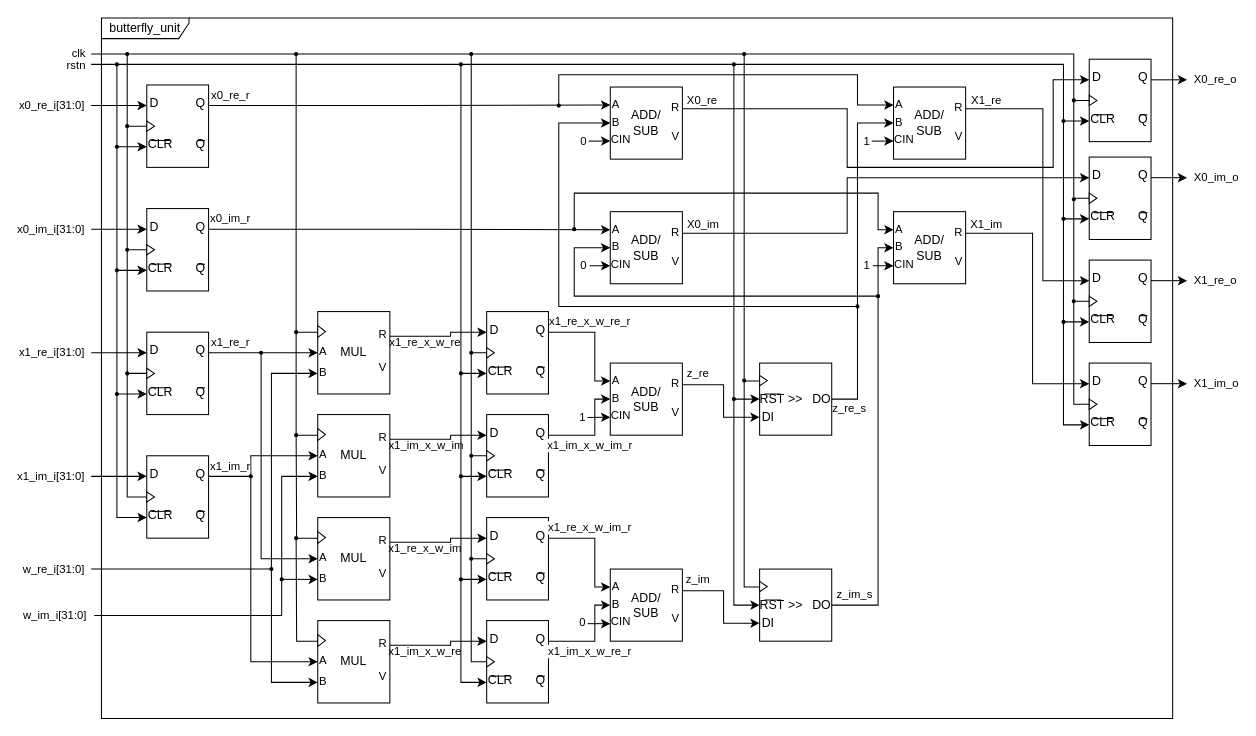
Before: 01_doc/03_drawings/01_design/fft/butterfly_unit.drawio in Diogofernandes5/mthesis, a draw.io diagram. Source tidied: cells renumbered, new cells numbered last; positions are measured from the earlier drawing's top-left corner, leaving out a move shared by most shapes. Both pictures are drawn from the tidied source at 103%, with x=0, y=0 at pixel (91, 18).
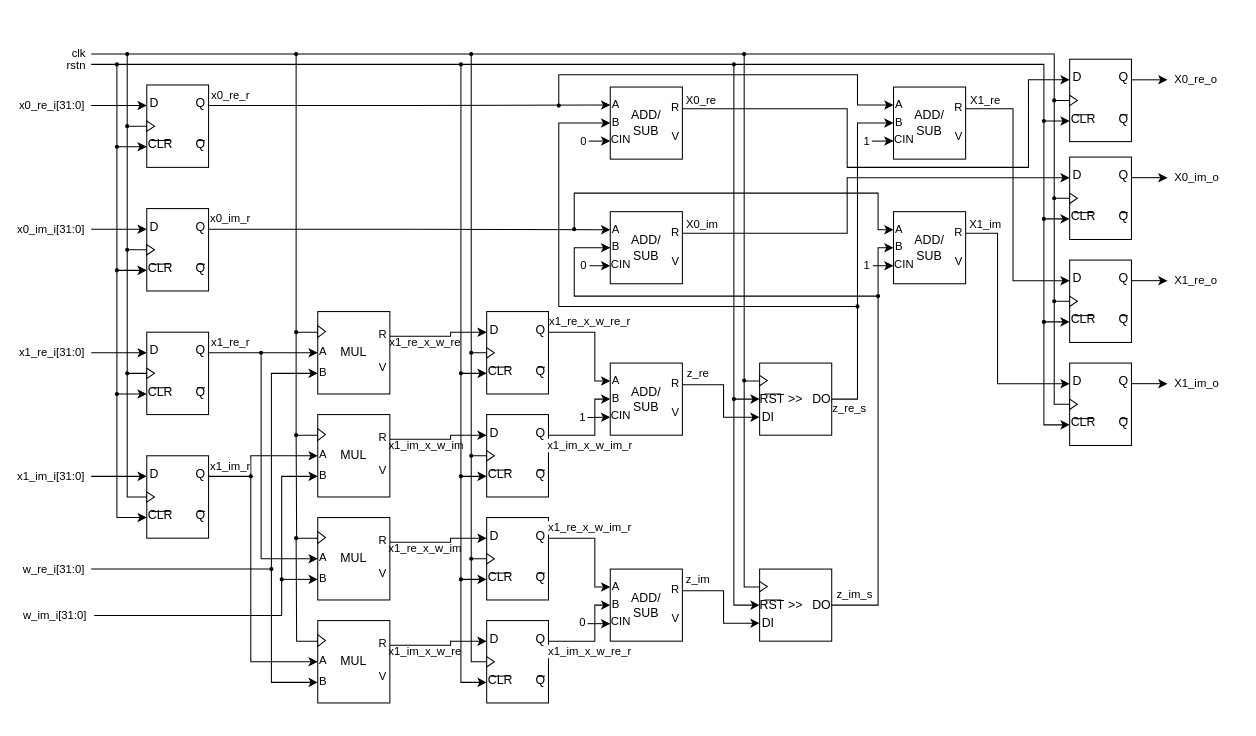
The same diagram, later.

The change refers to these unchanged cells:
```xml
<mxCell id="184" value="&lt;font&gt;ADD/&lt;br&gt;SUB&lt;br&gt;&lt;/font&gt;" style="rounded=0;whiteSpace=wrap;html=1;points=[[0,0.25,0,0,0],[0,0.5,0,0,0],[0,0.75,0,0,0],[1,0.3,0,0,0],[1,0.7,0,0,0]];fontFamily=NewsGotT;" parent="183" vertex="1">
  <mxGeometry width="70" height="70" as="geometry" />
</mxCell>
<mxCell id="207" value="&lt;font&gt;ADD/&lt;br&gt;SUB&lt;br&gt;&lt;/font&gt;" style="rounded=0;whiteSpace=wrap;html=1;points=[[0,0.25,0,0,0],[0,0.5,0,0,0],[0,0.75,0,0,0],[1,0.3,0,0,0],[1,0.7,0,0,0]];fontFamily=NewsGotT;" parent="206" vertex="1">
  <mxGeometry width="70" height="70" as="geometry" />
</mxCell>
<mxCell id="214" value="&lt;font&gt;ADD/&lt;br&gt;SUB&lt;br&gt;&lt;/font&gt;" style="rounded=0;whiteSpace=wrap;html=1;points=[[0,0.25,0,0,0],[0,0.5,0,0,0],[0,0.75,0,0,0],[1,0.3,0,0,0],[1,0.7,0,0,0]];fontFamily=NewsGotT;" parent="213" vertex="1">
  <mxGeometry width="70" height="70" as="geometry" />
</mxCell>
<mxCell id="230" style="whiteSpace=wrap;html=1;verticalAlign=bottom;" parent="228" vertex="1">
  <mxGeometry width="60" height="80" as="geometry" />
</mxCell>
<mxCell id="240" style="whiteSpace=wrap;html=1;verticalAlign=bottom;" parent="238" vertex="1">
  <mxGeometry width="60" height="80" as="geometry" />
</mxCell>
<mxCell id="250" style="whiteSpace=wrap;html=1;verticalAlign=bottom;" parent="248" vertex="1">
  <mxGeometry width="60" height="80" as="geometry" />
</mxCell>
<mxCell id="260" style="whiteSpace=wrap;html=1;verticalAlign=bottom;" parent="258" vertex="1">
  <mxGeometry width="60" height="80" as="geometry" />
</mxCell>
```

What changed in the source:
```diff
@@
-    <mxCell id="2" value="&lt;div align=&quot;center&quot;&gt;butterfly_unit&lt;/div&gt;" style="shape=umlFrame;whiteSpace=wrap;html=1;rounded=1;shadow=0;comic=0;labelBackgroundColor=none;strokeWidth=1;fontFamily=NewsGotT;fontSize=12;align=center;width=85;height=20;" parent="1" vertex="1">
-      <mxGeometry x="10" width="1040" height="680" as="geometry" />
-    </mxCell>
@@
     <mxCell id="228" style="group;" parent="1" vertex="1">
-      <mxGeometry x="969" y="40" width="60" height="80" as="geometry" />
+      <mxGeometry x="950" y="40" width="60" height="80" as="geometry" />
     </mxCell>
@@
     <mxCell id="238" style="group;" parent="1" vertex="1">
-      <mxGeometry x="969" y="135" width="60" height="80" as="geometry" />
+      <mxGeometry x="950" y="135" width="60" height="80" as="geometry" />
     </mxCell>
@@
     <mxCell id="248" style="group;" parent="1" vertex="1">
-      <mxGeometry x="969" y="235" width="60" height="80" as="geometry" />
+      <mxGeometry x="950" y="235" width="60" height="80" as="geometry" />
     </mxCell>
@@
     <mxCell id="258" style="group;" parent="1" vertex="1">
-      <mxGeometry x="969" y="335" width="60" height="80" as="geometry" />
+      <mxGeometry x="950" y="335" width="60" height="80" as="geometry" />
     </mxCell>
@@
     <mxCell id="268" style="endArrow=none;html=1;rounded=0;strokeColor=default;align=center;verticalAlign=middle;fontFamily=Helvetica;fontSize=11;fontColor=default;labelBackgroundColor=default;edgeStyle=orthogonalEdgeStyle;startSize=3;entryX=0;entryY=0.5;entryDx=0;entryDy=0;startArrow=oval;startFill=1;" parent="1" edge="1" target="230">
       <mxGeometry relative="1" as="geometry">
         <mxPoint x="634" y="35" as="sourcePoint" />
         <Array as="points">
-          <mxPoint x="954" y="35" />
-          <mxPoint x="954" y="80" />
+          <mxPoint x="935" y="35" />
+          <mxPoint x="935" y="80" />
         </Array>
       </mxGeometry>
     </mxCell>
     <mxCell id="269" style="endArrow=none;html=1;rounded=0;strokeColor=default;align=center;verticalAlign=middle;fontFamily=Helvetica;fontSize=11;fontColor=default;labelBackgroundColor=default;edgeStyle=orthogonalEdgeStyle;startSize=3;entryX=0;entryY=0.5;entryDx=0;entryDy=0;startArrow=oval;startFill=1;" parent="1" edge="1" target="240">
       <mxGeometry relative="1" as="geometry">
-        <mxPoint x="954" y="80" as="sourcePoint" />
+        <mxPoint x="935" y="80" as="sourcePoint" />
         <Array as="points">
-          <mxPoint x="954" y="80" />
-          <mxPoint x="954" y="175" />
+          <mxPoint x="935" y="80" />
+          <mxPoint x="935" y="175" />
         </Array>
       </mxGeometry>
     </mxCell>
     <mxCell id="270" style="endArrow=none;html=1;rounded=0;strokeColor=default;align=center;verticalAlign=middle;fontFamily=Helvetica;fontSize=11;fontColor=default;labelBackgroundColor=default;edgeStyle=orthogonalEdgeStyle;startSize=3;entryX=0;entryY=0.5;entryDx=0;entryDy=0;startArrow=oval;startFill=1;" parent="1" edge="1" target="250">
       <mxGeometry relative="1" as="geometry">
-        <mxPoint x="954" y="176" as="sourcePoint" />
+        <mxPoint x="935" y="175" as="sourcePoint" />
         <Array as="points">
-          <mxPoint x="954" y="176" />
-          <mxPoint x="954" y="275" />
+          <mxPoint x="935" y="176" />
+          <mxPoint x="935" y="275" />
         </Array>
       </mxGeometry>
     </mxCell>
     <mxCell id="271" style="endArrow=none;html=1;rounded=0;strokeColor=default;align=center;verticalAlign=middle;fontFamily=Helvetica;fontSize=11;fontColor=default;labelBackgroundColor=default;edgeStyle=orthogonalEdgeStyle;startSize=3;entryX=0;entryY=0.5;entryDx=0;entryDy=0;startArrow=oval;startFill=1;" parent="1" edge="1" target="260">
       <mxGeometry relative="1" as="geometry">
-        <mxPoint x="954" y="275" as="sourcePoint" />
+        <mxPoint x="935" y="275" as="sourcePoint" />
         <Array as="points">
-          <mxPoint x="954" y="275" />
-          <mxPoint x="954" y="375" />
+          <mxPoint x="935" y="275" />
+          <mxPoint x="935" y="375" />
         </Array>
       </mxGeometry>
     </mxCell>
     <mxCell id="272" style="endArrow=classic;html=1;rounded=0;strokeColor=default;align=center;verticalAlign=middle;fontFamily=Helvetica;fontSize=11;fontColor=default;labelBackgroundColor=default;edgeStyle=orthogonalEdgeStyle;startSize=3;entryX=0;entryY=0.75;entryDx=0;entryDy=0;startArrow=oval;startFill=1;" parent="1" edge="1" target="230">
       <mxGeometry relative="1" as="geometry">
         <mxPoint x="624" y="45" as="sourcePoint" />
         <Array as="points">
-          <mxPoint x="944" y="45" />
-          <mxPoint x="944" y="100" />
+          <mxPoint x="925" y="45" />
+          <mxPoint x="925" y="100" />
         </Array>
       </mxGeometry>
     </mxCell>
     <mxCell id="273" style="endArrow=classic;html=1;rounded=0;strokeColor=default;align=center;verticalAlign=middle;fontFamily=Helvetica;fontSize=11;fontColor=default;labelBackgroundColor=default;edgeStyle=orthogonalEdgeStyle;startSize=3;entryX=0;entryY=0.75;entryDx=0;entryDy=0;startArrow=oval;startFill=1;" parent="1" edge="1" target="240">
       <mxGeometry relative="1" as="geometry">
-        <mxPoint x="944" y="100" as="sourcePoint" />
+        <mxPoint x="925" y="100" as="sourcePoint" />
         <Array as="points">
-          <mxPoint x="944" y="195" />
+          <mxPoint x="925" y="195" />
         </Array>
       </mxGeometry>
     </mxCell>
     <mxCell id="274" style="endArrow=classic;html=1;rounded=0;strokeColor=default;align=center;verticalAlign=middle;fontFamily=Helvetica;fontSize=11;fontColor=default;labelBackgroundColor=default;edgeStyle=orthogonalEdgeStyle;startSize=3;entryX=0;entryY=0.75;entryDx=0;entryDy=0;startArrow=oval;startFill=1;" parent="1" edge="1" target="250">
       <mxGeometry relative="1" as="geometry">
-        <mxPoint x="944" y="195" as="sourcePoint" />
+        <mxPoint x="925" y="195" as="sourcePoint" />
         <Array as="points">
-          <mxPoint x="944" y="195" />
-          <mxPoint x="944" y="295" />
+          <mxPoint x="925" y="195" />
+          <mxPoint x="925" y="295" />
         </Array>
       </mxGeometry>
     </mxCell>
     <mxCell id="275" style="endArrow=classic;html=1;rounded=0;strokeColor=default;align=center;verticalAlign=middle;fontFamily=Helvetica;fontSize=11;fontColor=default;labelBackgroundColor=default;edgeStyle=orthogonalEdgeStyle;startSize=3;entryX=0;entryY=0.75;entryDx=0;entryDy=0;startArrow=oval;startFill=1;" parent="1" edge="1" target="260">
       <mxGeometry relative="1" as="geometry">
-        <mxPoint x="944" y="295" as="sourcePoint" />
+        <mxPoint x="925" y="295" as="sourcePoint" />
         <Array as="points">
-          <mxPoint x="944" y="295" />
-          <mxPoint x="944" y="395" />
+          <mxPoint x="925" y="295" />
+          <mxPoint x="925" y="395" />
         </Array>
       </mxGeometry>
     </mxCell>
     <mxCell id="276" value="X0_re" style="edgeStyle=orthogonalEdgeStyle;rounded=0;jettySize=auto;html=1;exitX=1;exitY=0.3;exitDx=0;exitDy=0;exitPerimeter=0;entryX=0;entryY=0.25;entryDx=0;entryDy=0;fontStyle=0;fontFamily=NewsGotT;" parent="1" edge="1" source="184" target="230">
       <mxGeometry x="-0.93" y="8" relative="1" as="geometry">
         <Array as="points">
           <mxPoint x="734" y="88" />
           <mxPoint x="734" y="145" />
-          <mxPoint x="934" y="145" />
-          <mxPoint x="934" y="60" />
+          <mxPoint x="910" y="145" />
+          <mxPoint x="910" y="60" />
         </Array>
       </mxGeometry>
     </mxCell>
@@
     <mxCell id="278" value="X1_re" style="edgeStyle=orthogonalEdgeStyle;rounded=0;jettySize=auto;html=1;exitX=1;exitY=0.3;exitDx=0;exitDy=0;exitPerimeter=0;entryX=0;entryY=0.25;entryDx=0;entryDy=0;fontFamily=NewsGotT;" parent="1" edge="1" source="207" target="250">
       <mxGeometry x="-0.86" y="8" relative="1" as="geometry">
         <Array as="points">
-          <mxPoint x="924" y="88" />
-          <mxPoint x="924" y="255" />
+          <mxPoint x="895" y="88" />
+          <mxPoint x="895" y="255" />
         </Array>
       </mxGeometry>
     </mxCell>
     <mxCell id="279" value="X1_im" style="edgeStyle=orthogonalEdgeStyle;rounded=0;jettySize=auto;html=1;exitX=1;exitY=0.3;exitDx=0;exitDy=0;exitPerimeter=0;entryX=0;entryY=0.25;entryDx=0;entryDy=0;fontFamily=NewsGotT;" parent="1" edge="1" source="214" target="260">
       <mxGeometry x="-0.85" y="9" relative="1" as="geometry">
         <Array as="points">
-          <mxPoint x="914" y="209" />
-          <mxPoint x="914" y="355" />
+          <mxPoint x="880" y="209" />
+          <mxPoint x="880" y="355" />
         </Array>
       </mxGeometry>
     </mxCell>
```
